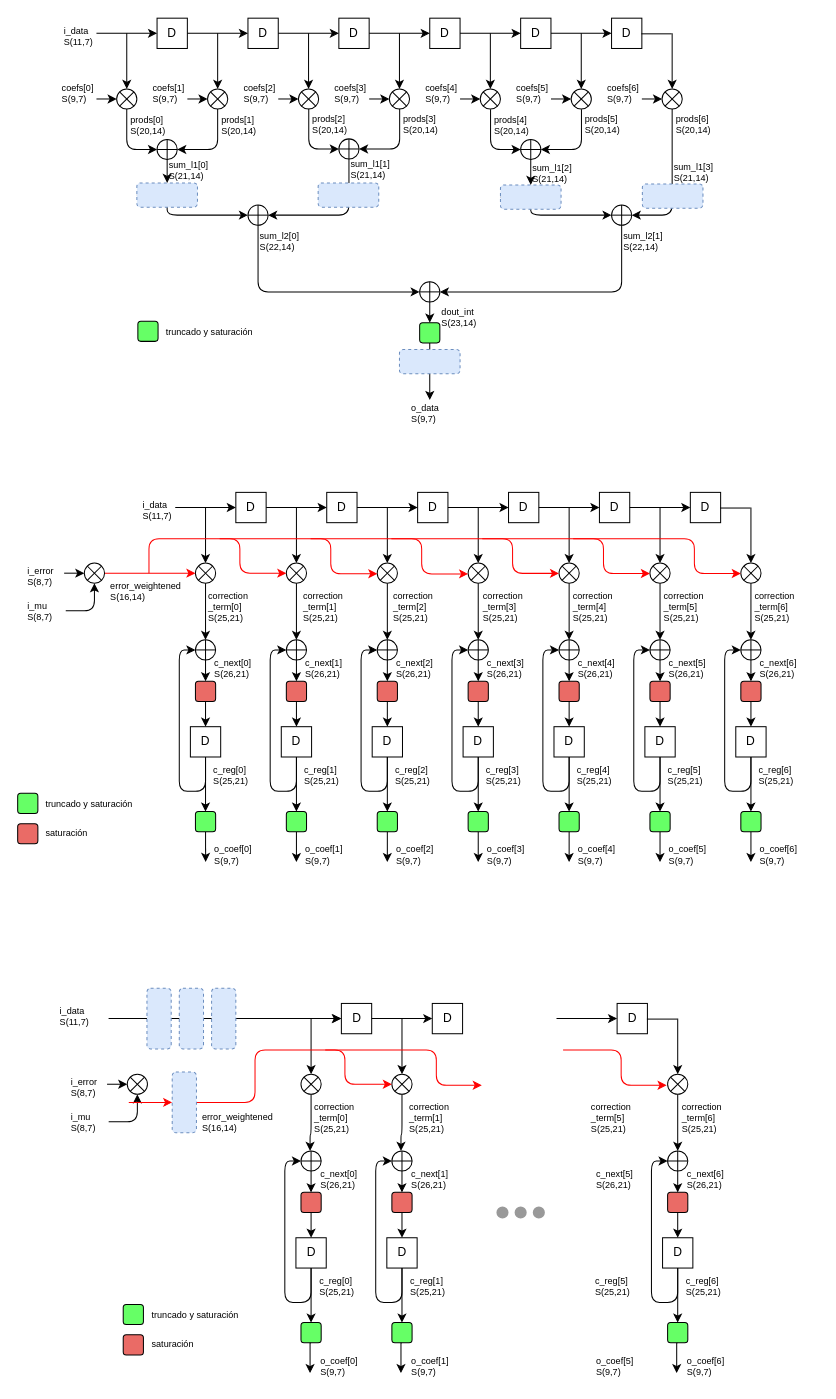
Before: img/drawings.drawio in complexexponentials/lms-equalizer, a draw.io diagram. Source tidied: cells renumbered, new cells numbered last; positions are measured from the earlier drawing's top-left corner, leaving out a move shared by most shapes. Both pictures are drawn from the tidied source at 101%, with x=0, y=0 at pixel (17, 17).
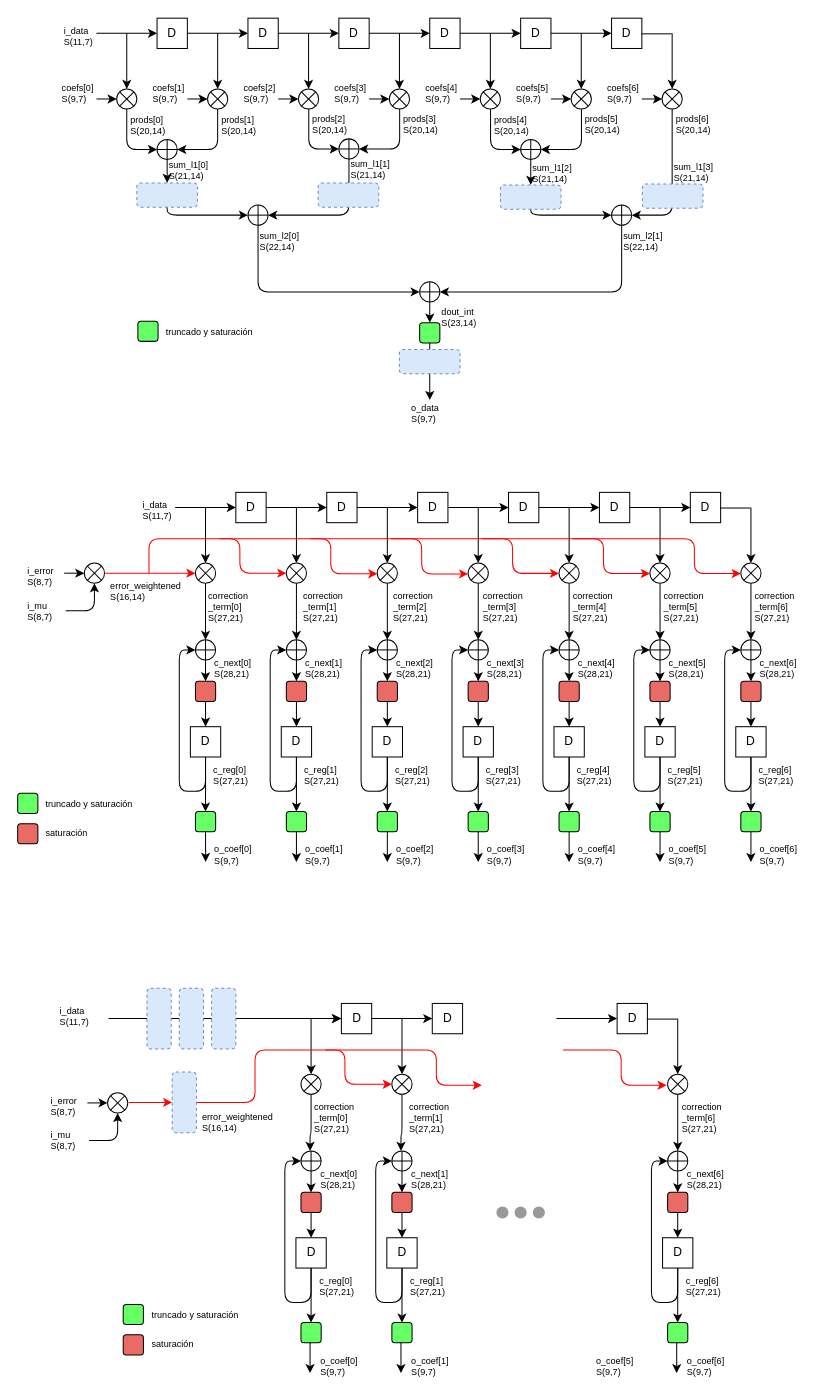
The same page after the edit.

What changed in the source:
```diff
@@
-    <mxCell id="117" value="&lt;div style=&quot;font-size: 9px&quot;&gt;correction&lt;/div&gt;&lt;div style=&quot;font-size: 9px&quot;&gt;_term[0]&lt;br style=&quot;font-size: 9px&quot;&gt;&lt;/div&gt;&lt;div style=&quot;font-size: 9px&quot;&gt;S(25,21)&lt;/div&gt;" style="text;html=1;align=left;verticalAlign=top;spacingTop=-4;fontSize=9;" parent="1" vertex="1">
+    <mxCell id="117" value="&lt;div style=&quot;font-size: 9px&quot;&gt;correction&lt;/div&gt;&lt;div style=&quot;font-size: 9px&quot;&gt;_term[0]&lt;br style=&quot;font-size: 9px&quot;&gt;&lt;/div&gt;&lt;div style=&quot;font-size: 9px&quot;&gt;S(27,21)&lt;/div&gt;" style="text;html=1;align=left;verticalAlign=top;spacingTop=-4;fontSize=9;" parent="1" vertex="1">
       <mxGeometry x="187" y="565" width="60" height="30" as="geometry" />
     </mxCell>
@@
-    <mxCell id="129" value="&lt;div style=&quot;font-size: 9px&quot;&gt;correction&lt;/div&gt;&lt;div style=&quot;font-size: 9px&quot;&gt;_term[1]&lt;br style=&quot;font-size: 9px&quot;&gt;&lt;/div&gt;&lt;div style=&quot;font-size: 9px&quot;&gt;S(25,21)&lt;/div&gt;" style="text;html=1;align=left;verticalAlign=top;spacingTop=-4;fontSize=9;" parent="1" vertex="1">
+    <mxCell id="129" value="&lt;div style=&quot;font-size: 9px&quot;&gt;correction&lt;/div&gt;&lt;div style=&quot;font-size: 9px&quot;&gt;_term[1]&lt;br style=&quot;font-size: 9px&quot;&gt;&lt;/div&gt;&lt;div style=&quot;font-size: 9px&quot;&gt;S(27,21)&lt;/div&gt;" style="text;html=1;align=left;verticalAlign=top;spacingTop=-4;fontSize=9;" parent="1" vertex="1">
       <mxGeometry x="281" y="564.5" width="60" height="30" as="geometry" />
     </mxCell>
-    <mxCell id="130" value="&lt;div style=&quot;font-size: 9px&quot;&gt;correction&lt;/div&gt;&lt;div style=&quot;font-size: 9px&quot;&gt;_term[2]&lt;br style=&quot;font-size: 9px&quot;&gt;&lt;/div&gt;&lt;div style=&quot;font-size: 9px&quot;&gt;S(25,21)&lt;/div&gt;" style="text;html=1;align=left;verticalAlign=top;spacingTop=-4;fontSize=9;" parent="1" vertex="1">
+    <mxCell id="130" value="&lt;div style=&quot;font-size: 9px&quot;&gt;correction&lt;/div&gt;&lt;div style=&quot;font-size: 9px&quot;&gt;_term[2]&lt;br style=&quot;font-size: 9px&quot;&gt;&lt;/div&gt;&lt;div style=&quot;font-size: 9px&quot;&gt;S(27,21)&lt;/div&gt;" style="text;html=1;align=left;verticalAlign=top;spacingTop=-4;fontSize=9;" parent="1" vertex="1">
       <mxGeometry x="370" y="564.5" width="60" height="30" as="geometry" />
     </mxCell>
-    <mxCell id="131" value="&lt;div style=&quot;font-size: 9px&quot;&gt;correction&lt;/div&gt;&lt;div style=&quot;font-size: 9px&quot;&gt;_term[3]&lt;br style=&quot;font-size: 9px&quot;&gt;&lt;/div&gt;&lt;div style=&quot;font-size: 9px&quot;&gt;S(25,21)&lt;/div&gt;" style="text;html=1;align=left;verticalAlign=top;spacingTop=-4;fontSize=9;" parent="1" vertex="1">
+    <mxCell id="131" value="&lt;div style=&quot;font-size: 9px&quot;&gt;correction&lt;/div&gt;&lt;div style=&quot;font-size: 9px&quot;&gt;_term[3]&lt;br style=&quot;font-size: 9px&quot;&gt;&lt;/div&gt;&lt;div style=&quot;font-size: 9px&quot;&gt;S(27,21)&lt;/div&gt;" style="text;html=1;align=left;verticalAlign=top;spacingTop=-4;fontSize=9;" parent="1" vertex="1">
       <mxGeometry x="459" y="565" width="60" height="30" as="geometry" />
     </mxCell>
-    <mxCell id="132" value="&lt;div style=&quot;font-size: 9px&quot;&gt;correction&lt;/div&gt;&lt;div style=&quot;font-size: 9px&quot;&gt;_term[4]&lt;br style=&quot;font-size: 9px&quot;&gt;&lt;/div&gt;&lt;div style=&quot;font-size: 9px&quot;&gt;S(25,21)&lt;/div&gt;" style="text;html=1;align=left;verticalAlign=top;spacingTop=-4;fontSize=9;" parent="1" vertex="1">
+    <mxCell id="132" value="&lt;div style=&quot;font-size: 9px&quot;&gt;correction&lt;/div&gt;&lt;div style=&quot;font-size: 9px&quot;&gt;_term[4]&lt;br style=&quot;font-size: 9px&quot;&gt;&lt;/div&gt;&lt;div style=&quot;font-size: 9px&quot;&gt;S(27,21)&lt;/div&gt;" style="text;html=1;align=left;verticalAlign=top;spacingTop=-4;fontSize=9;" parent="1" vertex="1">
       <mxGeometry x="548" y="564.5" width="60" height="30" as="geometry" />
     </mxCell>
-    <mxCell id="133" value="&lt;div style=&quot;font-size: 9px&quot;&gt;correction&lt;/div&gt;&lt;div style=&quot;font-size: 9px&quot;&gt;_term[5]&lt;br style=&quot;font-size: 9px&quot;&gt;&lt;/div&gt;&lt;div style=&quot;font-size: 9px&quot;&gt;S(25,21)&lt;/div&gt;" style="text;html=1;align=left;verticalAlign=top;spacingTop=-4;fontSize=9;" parent="1" vertex="1">
+    <mxCell id="133" value="&lt;div style=&quot;font-size: 9px&quot;&gt;correction&lt;/div&gt;&lt;div style=&quot;font-size: 9px&quot;&gt;_term[5]&lt;br style=&quot;font-size: 9px&quot;&gt;&lt;/div&gt;&lt;div style=&quot;font-size: 9px&quot;&gt;S(27,21)&lt;/div&gt;" style="text;html=1;align=left;verticalAlign=top;spacingTop=-4;fontSize=9;" parent="1" vertex="1">
       <mxGeometry x="638" y="564.5" width="60" height="30" as="geometry" />
     </mxCell>
-    <mxCell id="134" value="&lt;div style=&quot;font-size: 9px&quot;&gt;correction&lt;/div&gt;&lt;div style=&quot;font-size: 9px&quot;&gt;_term[6]&lt;br style=&quot;font-size: 9px&quot;&gt;&lt;/div&gt;&lt;div style=&quot;font-size: 9px&quot;&gt;S(25,21)&lt;/div&gt;" style="text;html=1;align=left;verticalAlign=top;spacingTop=-4;fontSize=9;" parent="1" vertex="1">
+    <mxCell id="134" value="&lt;div style=&quot;font-size: 9px&quot;&gt;correction&lt;/div&gt;&lt;div style=&quot;font-size: 9px&quot;&gt;_term[6]&lt;br style=&quot;font-size: 9px&quot;&gt;&lt;/div&gt;&lt;div style=&quot;font-size: 9px&quot;&gt;S(27,21)&lt;/div&gt;" style="text;html=1;align=left;verticalAlign=top;spacingTop=-4;fontSize=9;" parent="1" vertex="1">
       <mxGeometry x="728" y="565" width="60" height="30" as="geometry" />
     </mxCell>
@@
-    <mxCell id="138" value="&lt;div&gt;c_reg[0]&lt;/div&gt;&lt;div&gt;S(25,21)&lt;br&gt;&lt;/div&gt;" style="text;html=1;align=left;verticalAlign=top;spacingTop=-4;fontSize=9;" parent="1" vertex="1">
+    <mxCell id="138" value="&lt;div&gt;c_reg[0]&lt;/div&gt;&lt;div&gt;S(27,21)&lt;br&gt;&lt;/div&gt;" style="text;html=1;align=left;verticalAlign=top;spacingTop=-4;fontSize=9;" parent="1" vertex="1">
       <mxGeometry x="192" y="737" width="60" height="20" as="geometry" />
     </mxCell>
-    <mxCell id="139" value="&lt;div&gt;c_next[0]&lt;/div&gt;&lt;div&gt;S(26,21)&lt;br&gt;&lt;/div&gt;" style="text;html=1;align=left;verticalAlign=top;spacingTop=-4;fontSize=9;" parent="1" vertex="1">
+    <mxCell id="139" value="&lt;div&gt;c_next[0]&lt;/div&gt;&lt;div&gt;S(28,21)&lt;br&gt;&lt;/div&gt;" style="text;html=1;align=left;verticalAlign=top;spacingTop=-4;fontSize=9;" parent="1" vertex="1">
       <mxGeometry x="193" y="631" width="60" height="20" as="geometry" />
     </mxCell>
@@
-    <mxCell id="154" value="&lt;div&gt;c_reg[1]&lt;/div&gt;&lt;div&gt;S(25,21)&lt;br&gt;&lt;/div&gt;" style="text;html=1;align=left;verticalAlign=top;spacingTop=-4;fontSize=9;" parent="1" vertex="1">
+    <mxCell id="154" value="&lt;div&gt;c_reg[1]&lt;/div&gt;&lt;div&gt;S(27,21)&lt;br&gt;&lt;/div&gt;" style="text;html=1;align=left;verticalAlign=top;spacingTop=-4;fontSize=9;" parent="1" vertex="1">
       <mxGeometry x="282" y="737" width="60" height="20" as="geometry" />
     </mxCell>
-    <mxCell id="155" value="&lt;div&gt;c_next[1]&lt;/div&gt;&lt;div&gt;S(26,21)&lt;br&gt;&lt;/div&gt;" style="text;html=1;align=left;verticalAlign=top;spacingTop=-4;fontSize=9;" parent="1" vertex="1">
+    <mxCell id="155" value="&lt;div&gt;c_next[1]&lt;/div&gt;&lt;div&gt;S(28,21)&lt;br&gt;&lt;/div&gt;" style="text;html=1;align=left;verticalAlign=top;spacingTop=-4;fontSize=9;" parent="1" vertex="1">
       <mxGeometry x="283" y="631" width="60" height="20" as="geometry" />
     </mxCell>
@@
-    <mxCell id="166" value="&lt;div&gt;c_reg[2]&lt;/div&gt;&lt;div&gt;S(25,21)&lt;br&gt;&lt;/div&gt;" style="text;html=1;align=left;verticalAlign=top;spacingTop=-4;fontSize=9;" parent="1" vertex="1">
+    <mxCell id="166" value="&lt;div&gt;c_reg[2]&lt;/div&gt;&lt;div&gt;S(27,21)&lt;br&gt;&lt;/div&gt;" style="text;html=1;align=left;verticalAlign=top;spacingTop=-4;fontSize=9;" parent="1" vertex="1">
       <mxGeometry x="372" y="737" width="60" height="20" as="geometry" />
     </mxCell>
-    <mxCell id="167" value="&lt;div&gt;c_next[2]&lt;/div&gt;&lt;div&gt;S(26,21)&lt;br&gt;&lt;/div&gt;" style="text;html=1;align=left;verticalAlign=top;spacingTop=-4;fontSize=9;" parent="1" vertex="1">
+    <mxCell id="167" value="&lt;div&gt;c_next[2]&lt;/div&gt;&lt;div&gt;S(28,21)&lt;br&gt;&lt;/div&gt;" style="text;html=1;align=left;verticalAlign=top;spacingTop=-4;fontSize=9;" parent="1" vertex="1">
       <mxGeometry x="373" y="631" width="60" height="20" as="geometry" />
     </mxCell>
@@
-    <mxCell id="178" value="&lt;div&gt;c_reg[3]&lt;/div&gt;&lt;div&gt;S(25,21)&lt;br&gt;&lt;/div&gt;" style="text;html=1;align=left;verticalAlign=top;spacingTop=-4;fontSize=9;" parent="1" vertex="1">
+    <mxCell id="178" value="&lt;div&gt;c_reg[3]&lt;/div&gt;&lt;div&gt;S(27,21)&lt;br&gt;&lt;/div&gt;" style="text;html=1;align=left;verticalAlign=top;spacingTop=-4;fontSize=9;" parent="1" vertex="1">
       <mxGeometry x="462" y="737" width="60" height="20" as="geometry" />
     </mxCell>
-    <mxCell id="179" value="&lt;div&gt;c_next[3]&lt;/div&gt;&lt;div&gt;S(26,21)&lt;br&gt;&lt;/div&gt;" style="text;html=1;align=left;verticalAlign=top;spacingTop=-4;fontSize=9;" parent="1" vertex="1">
+    <mxCell id="179" value="&lt;div&gt;c_next[3]&lt;/div&gt;&lt;div&gt;S(28,21)&lt;br&gt;&lt;/div&gt;" style="text;html=1;align=left;verticalAlign=top;spacingTop=-4;fontSize=9;" parent="1" vertex="1">
       <mxGeometry x="463" y="631" width="60" height="20" as="geometry" />
     </mxCell>
@@
-    <mxCell id="190" value="&lt;div&gt;c_reg[4]&lt;/div&gt;&lt;div&gt;S(25,21)&lt;br&gt;&lt;/div&gt;" style="text;html=1;align=left;verticalAlign=top;spacingTop=-4;fontSize=9;" parent="1" vertex="1">
+    <mxCell id="190" value="&lt;div&gt;c_reg[4]&lt;/div&gt;&lt;div&gt;S(27,21)&lt;br&gt;&lt;/div&gt;" style="text;html=1;align=left;verticalAlign=top;spacingTop=-4;fontSize=9;" parent="1" vertex="1">
       <mxGeometry x="552" y="737" width="60" height="20" as="geometry" />
     </mxCell>
-    <mxCell id="191" value="&lt;div&gt;c_next[4]&lt;/div&gt;&lt;div&gt;S(26,21)&lt;br&gt;&lt;/div&gt;" style="text;html=1;align=left;verticalAlign=top;spacingTop=-4;fontSize=9;" parent="1" vertex="1">
+    <mxCell id="191" value="&lt;div&gt;c_next[4]&lt;/div&gt;&lt;div&gt;S(28,21)&lt;br&gt;&lt;/div&gt;" style="text;html=1;align=left;verticalAlign=top;spacingTop=-4;fontSize=9;" parent="1" vertex="1">
       <mxGeometry x="553" y="631" width="60" height="20" as="geometry" />
     </mxCell>
@@
-    <mxCell id="202" value="&lt;div&gt;c_reg[5]&lt;/div&gt;&lt;div&gt;S(25,21)&lt;br&gt;&lt;/div&gt;" style="text;html=1;align=left;verticalAlign=top;spacingTop=-4;fontSize=9;" parent="1" vertex="1">
+    <mxCell id="202" value="&lt;div&gt;c_reg[5]&lt;/div&gt;&lt;div&gt;S(27,21)&lt;br&gt;&lt;/div&gt;" style="text;html=1;align=left;verticalAlign=top;spacingTop=-4;fontSize=9;" parent="1" vertex="1">
       <mxGeometry x="642" y="737" width="60" height="20" as="geometry" />
     </mxCell>
-    <mxCell id="203" value="&lt;div&gt;c_next[5]&lt;/div&gt;&lt;div&gt;S(26,21)&lt;br&gt;&lt;/div&gt;" style="text;html=1;align=left;verticalAlign=top;spacingTop=-4;fontSize=9;" parent="1" vertex="1">
+    <mxCell id="203" value="&lt;div&gt;c_next[5]&lt;/div&gt;&lt;div&gt;S(28,21)&lt;br&gt;&lt;/div&gt;" style="text;html=1;align=left;verticalAlign=top;spacingTop=-4;fontSize=9;" parent="1" vertex="1">
       <mxGeometry x="643" y="631" width="60" height="20" as="geometry" />
     </mxCell>
@@
-    <mxCell id="214" value="&lt;div&gt;c_reg[6]&lt;/div&gt;&lt;div&gt;S(25,21)&lt;br&gt;&lt;/div&gt;" style="text;html=1;align=left;verticalAlign=top;spacingTop=-4;fontSize=9;" parent="1" vertex="1">
+    <mxCell id="214" value="&lt;div&gt;c_reg[6]&lt;/div&gt;&lt;div&gt;S(27,21)&lt;br&gt;&lt;/div&gt;" style="text;html=1;align=left;verticalAlign=top;spacingTop=-4;fontSize=9;" parent="1" vertex="1">
       <mxGeometry x="732" y="737" width="60" height="20" as="geometry" />
     </mxCell>
-    <mxCell id="215" value="&lt;div&gt;c_next[6]&lt;/div&gt;&lt;div&gt;S(26,21)&lt;br&gt;&lt;/div&gt;" style="text;html=1;align=left;verticalAlign=top;spacingTop=-4;fontSize=9;" parent="1" vertex="1">
+    <mxCell id="215" value="&lt;div&gt;c_next[6]&lt;/div&gt;&lt;div&gt;S(28,21)&lt;br&gt;&lt;/div&gt;" style="text;html=1;align=left;verticalAlign=top;spacingTop=-4;fontSize=9;" parent="1" vertex="1">
       <mxGeometry x="733" y="631" width="60" height="20" as="geometry" />
     </mxCell>
@@
     <mxCell id="239" value="&lt;div&gt;i_error&lt;/div&gt;&lt;div&gt;S(8,7)&lt;br&gt;&lt;/div&gt;" style="text;html=1;align=left;verticalAlign=top;spacingTop=-4;fontSize=9;" parent="1" vertex="1">
-      <mxGeometry x="50.5" y="1046" width="50" height="20" as="geometry" />
+      <mxGeometry x="31" y="1064.5" width="50" height="20" as="geometry" />
     </mxCell>
@@
-    <mxCell id="245" value="&lt;div style=&quot;font-size: 9px&quot;&gt;correction&lt;/div&gt;&lt;div style=&quot;font-size: 9px&quot;&gt;_term[0]&lt;br style=&quot;font-size: 9px&quot;&gt;&lt;/div&gt;&lt;div style=&quot;font-size: 9px&quot;&gt;S(25,21)&lt;/div&gt;" style="text;html=1;align=left;verticalAlign=top;spacingTop=-4;fontSize=9;" parent="1" vertex="1">
+    <mxCell id="245" value="&lt;div style=&quot;font-size: 9px&quot;&gt;correction&lt;/div&gt;&lt;div style=&quot;font-size: 9px&quot;&gt;_term[0]&lt;br style=&quot;font-size: 9px&quot;&gt;&lt;/div&gt;&lt;div style=&quot;font-size: 9px&quot;&gt;S(27,21)&lt;/div&gt;" style="text;html=1;align=left;verticalAlign=top;spacingTop=-4;fontSize=9;" parent="1" vertex="1">
       <mxGeometry x="291.5" y="1071" width="60" height="30" as="geometry" />
     </mxCell>
     <mxCell id="246" value="&lt;div&gt;i_mu&lt;/div&gt;&lt;div&gt;S(8,7)&lt;br&gt;&lt;/div&gt;" style="text;html=1;points=[];align=left;verticalAlign=top;spacingTop=-4;fontSize=9;" parent="1" vertex="1">
-      <mxGeometry x="50.5" y="1080.5" width="40" height="20" as="geometry" />
+      <mxGeometry x="31" y="1099" width="40" height="20" as="geometry" />
     </mxCell>
     <mxCell id="247" style="endArrow=classic;html=1;entryX=0;entryY=0.5;entryDx=0;entryDy=0;" parent="1" edge="1" target="248">
       <mxGeometry relative="1" as="geometry">
-        <mxPoint x="88.5" y="1056" as="sourcePoint" />
+        <mxPoint x="69" y="1074.5" as="sourcePoint" />
       </mxGeometry>
     </mxCell>
     <mxCell id="248" style="shape=sumEllipse;perimeter=ellipsePerimeter;whiteSpace=wrap;html=1;backgroundOutline=1;" parent="1" vertex="1">
-      <mxGeometry x="108.5" y="1046" width="20" height="20" as="geometry" />
+      <mxGeometry x="89" y="1064.5" width="20" height="20" as="geometry" />
     </mxCell>
@@
-    <mxCell id="254" value="&lt;div style=&quot;font-size: 9px&quot;&gt;correction&lt;/div&gt;&lt;div style=&quot;font-size: 9px&quot;&gt;_term[1]&lt;br style=&quot;font-size: 9px&quot;&gt;&lt;/div&gt;&lt;div style=&quot;font-size: 9px&quot;&gt;S(25,21)&lt;/div&gt;" style="text;html=1;align=left;verticalAlign=top;spacingTop=-4;fontSize=9;" parent="1" vertex="1">
+    <mxCell id="254" value="&lt;div style=&quot;font-size: 9px&quot;&gt;correction&lt;/div&gt;&lt;div style=&quot;font-size: 9px&quot;&gt;_term[1]&lt;br style=&quot;font-size: 9px&quot;&gt;&lt;/div&gt;&lt;div style=&quot;font-size: 9px&quot;&gt;S(27,21)&lt;/div&gt;" style="text;html=1;align=left;verticalAlign=top;spacingTop=-4;fontSize=9;" parent="1" vertex="1">
       <mxGeometry x="385.5" y="1070.5" width="60" height="30" as="geometry" />
     </mxCell>
-    <mxCell id="255" value="&lt;div style=&quot;font-size: 9px&quot;&gt;correction&lt;/div&gt;&lt;div style=&quot;font-size: 9px&quot;&gt;_term[5]&lt;br style=&quot;font-size: 9px&quot;&gt;&lt;/div&gt;&lt;div style=&quot;font-size: 9px&quot;&gt;S(25,21)&lt;/div&gt;" style="text;html=1;align=left;verticalAlign=top;spacingTop=-4;fontSize=9;" parent="1" vertex="1">
-      <mxGeometry x="565.5" y="1070.5" width="60" height="30" as="geometry" />
-    </mxCell>
-    <mxCell id="256" value="&lt;div style=&quot;font-size: 9px&quot;&gt;correction&lt;/div&gt;&lt;div style=&quot;font-size: 9px&quot;&gt;_term[6]&lt;br style=&quot;font-size: 9px&quot;&gt;&lt;/div&gt;&lt;div style=&quot;font-size: 9px&quot;&gt;S(25,21)&lt;/div&gt;" style="text;html=1;align=left;verticalAlign=top;spacingTop=-4;fontSize=9;" parent="1" vertex="1">
+    <mxCell id="256" value="&lt;div style=&quot;font-size: 9px&quot;&gt;correction&lt;/div&gt;&lt;div style=&quot;font-size: 9px&quot;&gt;_term[6]&lt;br style=&quot;font-size: 9px&quot;&gt;&lt;/div&gt;&lt;div style=&quot;font-size: 9px&quot;&gt;S(27,21)&lt;/div&gt;" style="text;html=1;align=left;verticalAlign=top;spacingTop=-4;fontSize=9;" parent="1" vertex="1">
       <mxGeometry x="655.5" y="1071" width="60" height="30" as="geometry" />
     </mxCell>
@@
-    <mxCell id="260" value="&lt;div&gt;c_reg[0]&lt;/div&gt;&lt;div&gt;S(25,21)&lt;br&gt;&lt;/div&gt;" style="text;html=1;align=left;verticalAlign=top;spacingTop=-4;fontSize=9;" parent="1" vertex="1">
+    <mxCell id="260" value="&lt;div&gt;c_reg[0]&lt;/div&gt;&lt;div&gt;S(27,21)&lt;br&gt;&lt;/div&gt;" style="text;html=1;align=left;verticalAlign=top;spacingTop=-4;fontSize=9;" parent="1" vertex="1">
       <mxGeometry x="296.5" y="1243" width="60" height="20" as="geometry" />
     </mxCell>
-    <mxCell id="261" value="&lt;div&gt;c_next[0]&lt;/div&gt;&lt;div&gt;S(26,21)&lt;br&gt;&lt;/div&gt;" style="text;html=1;align=left;verticalAlign=top;spacingTop=-4;fontSize=9;" parent="1" vertex="1">
+    <mxCell id="261" value="&lt;div&gt;c_next[0]&lt;/div&gt;&lt;div&gt;S(28,21)&lt;br&gt;&lt;/div&gt;" style="text;html=1;align=left;verticalAlign=top;spacingTop=-4;fontSize=9;" parent="1" vertex="1">
       <mxGeometry x="297.5" y="1137" width="60" height="20" as="geometry" />
     </mxCell>
@@
-    <mxCell id="276" value="&lt;div&gt;c_reg[1]&lt;/div&gt;&lt;div&gt;S(25,21)&lt;br&gt;&lt;/div&gt;" style="text;html=1;align=left;verticalAlign=top;spacingTop=-4;fontSize=9;" parent="1" vertex="1">
+    <mxCell id="276" value="&lt;div&gt;c_reg[1]&lt;/div&gt;&lt;div&gt;S(27,21)&lt;br&gt;&lt;/div&gt;" style="text;html=1;align=left;verticalAlign=top;spacingTop=-4;fontSize=9;" parent="1" vertex="1">
       <mxGeometry x="386.5" y="1243" width="60" height="20" as="geometry" />
     </mxCell>
-    <mxCell id="277" value="&lt;div&gt;c_next[1]&lt;/div&gt;&lt;div&gt;S(26,21)&lt;br&gt;&lt;/div&gt;" style="text;html=1;align=left;verticalAlign=top;spacingTop=-4;fontSize=9;" parent="1" vertex="1">
+    <mxCell id="277" value="&lt;div&gt;c_next[1]&lt;/div&gt;&lt;div&gt;S(28,21)&lt;br&gt;&lt;/div&gt;" style="text;html=1;align=left;verticalAlign=top;spacingTop=-4;fontSize=9;" parent="1" vertex="1">
       <mxGeometry x="387.5" y="1137" width="60" height="20" as="geometry" />
     </mxCell>
@@
-    <mxCell id="283" value="&lt;div&gt;c_reg[5]&lt;/div&gt;&lt;div&gt;S(25,21)&lt;br&gt;&lt;/div&gt;" style="text;html=1;align=left;verticalAlign=top;spacingTop=-4;fontSize=9;" parent="1" vertex="1">
-      <mxGeometry x="569.5" y="1243" width="60" height="20" as="geometry" />
-    </mxCell>
-    <mxCell id="284" value="&lt;div&gt;c_next[5]&lt;/div&gt;&lt;div&gt;S(26,21)&lt;br&gt;&lt;/div&gt;" style="text;html=1;align=left;verticalAlign=top;spacingTop=-4;fontSize=9;" parent="1" vertex="1">
-      <mxGeometry x="570.5" y="1137" width="60" height="20" as="geometry" />
-    </mxCell>
@@
-    <mxCell id="291" value="&lt;div&gt;c_reg[6]&lt;/div&gt;&lt;div&gt;S(25,21)&lt;br&gt;&lt;/div&gt;" style="text;html=1;align=left;verticalAlign=top;spacingTop=-4;fontSize=9;" parent="1" vertex="1">
+    <mxCell id="291" value="&lt;div&gt;c_reg[6]&lt;/div&gt;&lt;div&gt;S(27,21)&lt;br&gt;&lt;/div&gt;" style="text;html=1;align=left;verticalAlign=top;spacingTop=-4;fontSize=9;" parent="1" vertex="1">
       <mxGeometry x="659.5" y="1243" width="60" height="20" as="geometry" />
     </mxCell>
-    <mxCell id="292" value="&lt;div&gt;c_next[6]&lt;/div&gt;&lt;div&gt;S(26,21)&lt;br&gt;&lt;/div&gt;" style="text;html=1;align=left;verticalAlign=top;spacingTop=-4;fontSize=9;" parent="1" vertex="1">
+    <mxCell id="292" value="&lt;div&gt;c_next[6]&lt;/div&gt;&lt;div&gt;S(28,21)&lt;br&gt;&lt;/div&gt;" style="text;html=1;align=left;verticalAlign=top;spacingTop=-4;fontSize=9;" parent="1" vertex="1">
       <mxGeometry x="660.5" y="1137" width="60" height="20" as="geometry" />
     </mxCell>
```
